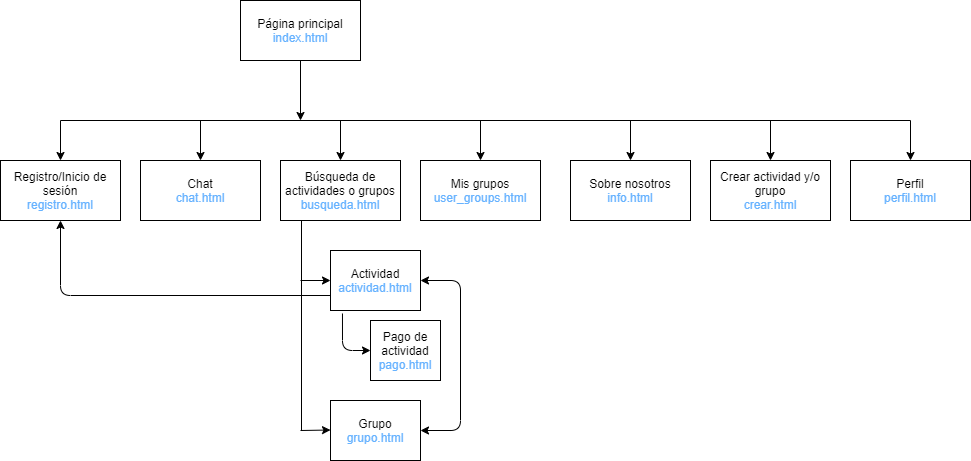
Earlier version of the draw.io export P2/ArquitecturaInformación-Estructura.png (gertis99/DIU20). Source tidied: cells renumbered, new cells last; positions are measured from the earlier drawing's top-left corner, leaving out a move shared by most shapes.
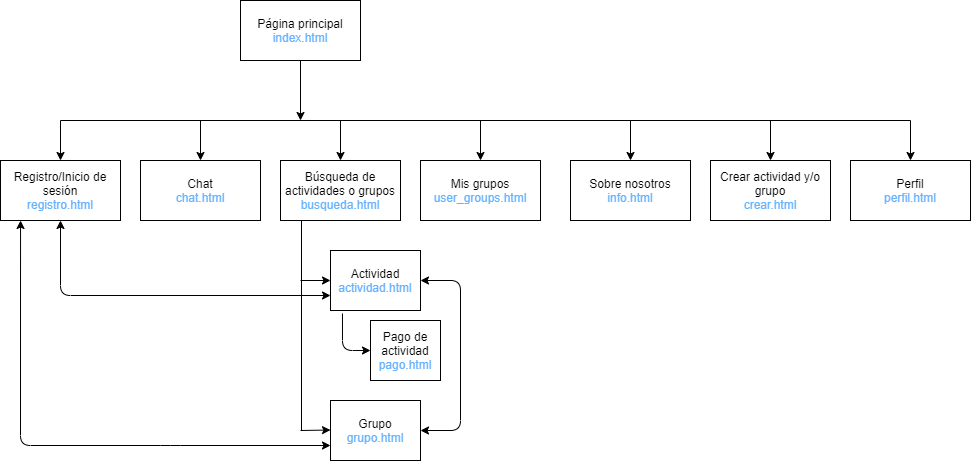
After the commit.

Commit message:
Cambios AIE

What changed in the source:
```diff
@@ -115,7 +115,15 @@
         <mxPoint x="910" y="120" as="sourcePoint" />
       </mxGeometry>
     </mxCell>
+    <mxCell id="28" style="endArrow=classic;startArrow=classic;html=1;entryX=0;entryY=0.75;entryDx=0;entryDy=0;exitX=0.167;exitY=1;exitDx=0;exitDy=0;exitPerimeter=0;" parent="1" edge="1" source="5" target="15">
+      <mxGeometry relative="1" as="geometry">
+        <Array as="points">
+          <mxPoint x="20" y="445" />
+          <mxPoint x="170" y="445" />
+        </Array>
+      </mxGeometry>
+    </mxCell>
-    <mxCell id="27" style="endArrow=classic;html=1;entryX=0.5;entryY=1;entryDx=0;entryDy=0;exitX=0;exitY=0.75;exitDx=0;exitDy=0;" parent="1" edge="1" source="13" target="5">
+    <mxCell id="27" style="endArrow=classic;startArrow=classic;html=1;entryX=0.5;entryY=1;entryDx=0;entryDy=0;exitX=0;exitY=0.75;exitDx=0;exitDy=0;" parent="1" edge="1" source="13" target="5">
       <mxGeometry relative="1" as="geometry">
         <Array as="points">
           <mxPoint x="60" y="295" />
```
